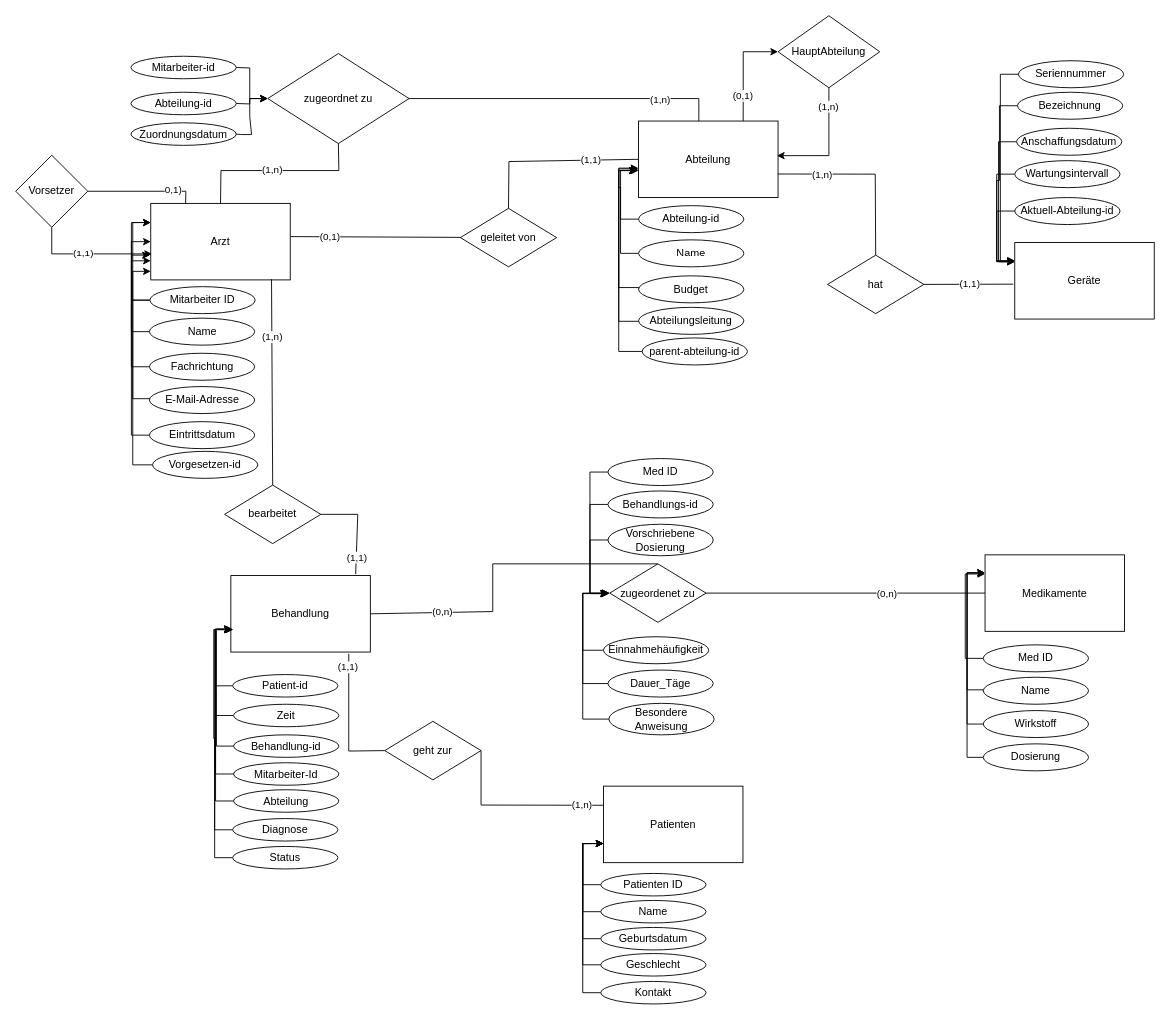
Earlier version of the draw.io diagram aufgabe04/Aufgabe A.drawio (contraintuitiv/datenbanksysteme). Source tidied: cells renumbered, new cells numbered last; positions are measured from the earlier drawing's top-left corner, leaving out a move shared by most shapes. Both pictures are drawn from the tidied source at 90%, with x=0, y=0 at pixel (15, 15).
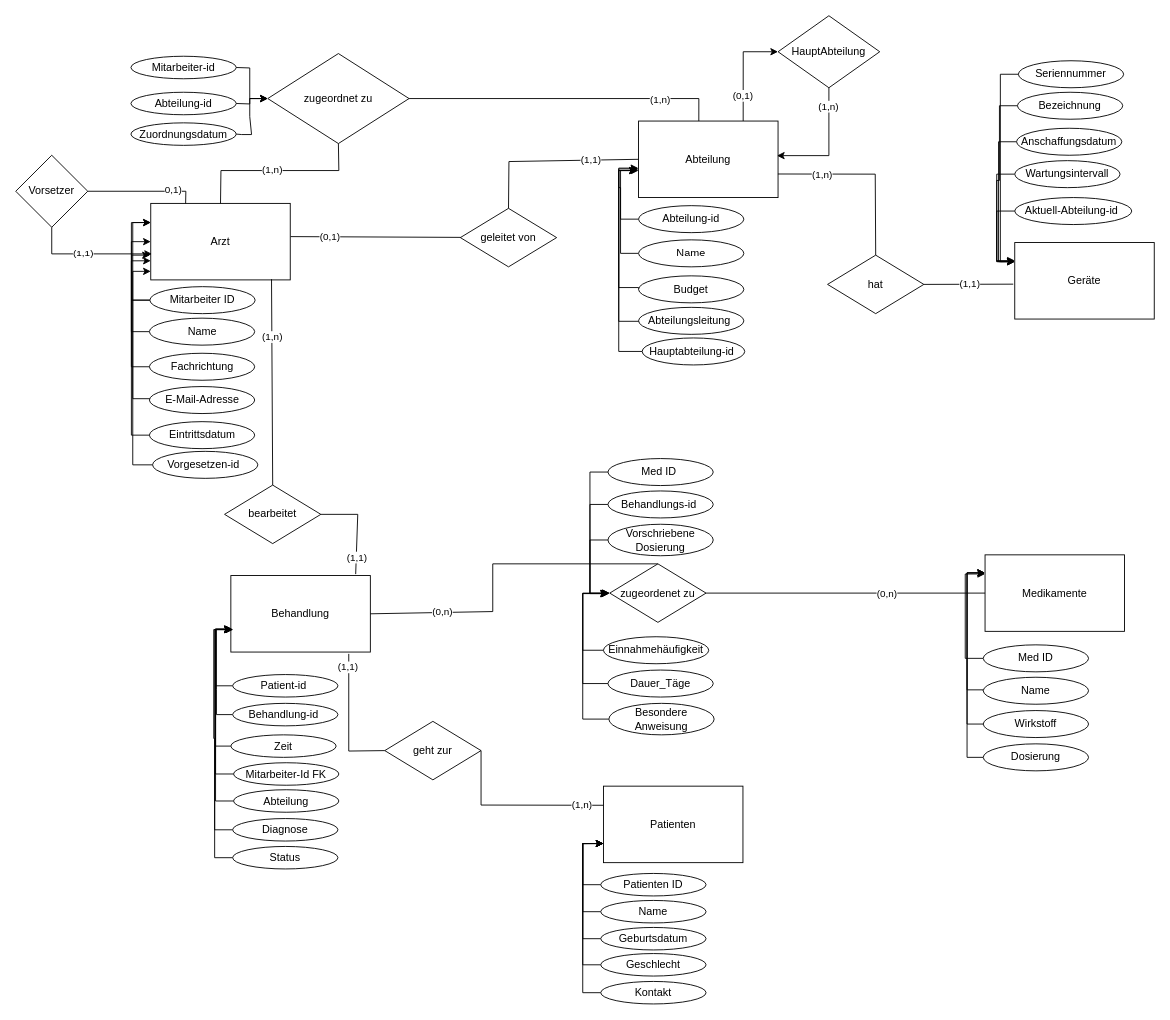
The same page after the edit.

What changed in the source:
```diff
@@
     <mxCell id="24" style="edgeStyle=orthogonalEdgeStyle;rounded=0;jettySize=auto;html=1;exitX=0;exitY=0.5;exitDx=0;exitDy=0;" parent="1" edge="1" source="25">
       <mxGeometry relative="1" as="geometry">
         <mxPoint x="240" y="682" as="targetPoint" />
         <Array as="points">
-          <mxPoint x="222" y="778" />
+          <mxPoint x="222" y="812" />
           <mxPoint x="222" y="682" />
         </Array>
       </mxGeometry>
     </mxCell>
     <mxCell id="25" value="Zeit" style="ellipse;whiteSpace=wrap;html=1;" parent="1" vertex="1">
-      <mxGeometry x="242" y="765" width="117" height="25" as="geometry" />
+      <mxGeometry x="239" y="799" width="117" height="25" as="geometry" />
     </mxCell>
@@
-    <mxCell id="38" value="Abteilungsleitung" style="ellipse;whiteSpace=wrap;html=1;" parent="1" vertex="1">
+    <mxCell id="38" value="Abteilungsleitung&amp;nbsp;" style="ellipse;whiteSpace=wrap;html=1;" parent="1" vertex="1">
       <mxGeometry x="692" y="324" width="117" height="30" as="geometry" />
     </mxCell>
@@
-    <mxCell id="61" value="Patient-id" style="ellipse;whiteSpace=wrap;html=1;" parent="1" vertex="1">
+    <mxCell id="61" value="Patient-id&amp;nbsp;" style="ellipse;whiteSpace=wrap;html=1;" parent="1" vertex="1">
       <mxGeometry x="241" y="732" width="117" height="25" as="geometry" />
     </mxCell>
@@
-    <mxCell id="63" value="Mitarbeiter-Id" style="ellipse;whiteSpace=wrap;html=1;" parent="1" vertex="1">
+    <mxCell id="63" value="Mitarbeiter-Id FK" style="ellipse;whiteSpace=wrap;html=1;" parent="1" vertex="1">
       <mxGeometry x="242" y="830" width="117" height="25" as="geometry" />
     </mxCell>
@@
-    <mxCell id="80" value="Med ID" style="ellipse;whiteSpace=wrap;html=1;" parent="1" vertex="1">
+    <mxCell id="80" value="Med ID&amp;nbsp;" style="ellipse;whiteSpace=wrap;html=1;" parent="1" vertex="1">
       <mxGeometry x="658" y="492" width="117" height="30" as="geometry" />
     </mxCell>
@@
-    <mxCell id="82" value="Behandlungs-id" style="ellipse;whiteSpace=wrap;html=1;" parent="1" vertex="1">
+    <mxCell id="82" value="Behandlungs-id&amp;nbsp;" style="ellipse;whiteSpace=wrap;html=1;" parent="1" vertex="1">
       <mxGeometry x="658" y="528" width="117" height="30" as="geometry" />
     </mxCell>
@@
-    <mxCell id="103" value="Behandlung-id" style="ellipse;whiteSpace=wrap;html=1;" parent="1" vertex="1">
-      <mxGeometry x="242" y="799" width="117" height="25" as="geometry" />
+    <mxCell id="103" value="Behandlung-id&amp;nbsp;" style="ellipse;whiteSpace=wrap;html=1;" parent="1" vertex="1">
+      <mxGeometry x="241" y="764" width="117" height="25" as="geometry" />
     </mxCell>
@@
-    <mxCell id="110" value="Aktuell-Abteilung-id" style="ellipse;whiteSpace=wrap;html=1;" parent="1" vertex="1">
-      <mxGeometry x="1110" y="202" width="117" height="30" as="geometry" />
+    <mxCell id="110" value="Aktuell-Abteilung-id&amp;nbsp;" style="ellipse;whiteSpace=wrap;html=1;" parent="1" vertex="1">
+      <mxGeometry x="1110" y="202" width="130" height="30" as="geometry" />
     </mxCell>
@@
-    <mxCell id="116" value="parent-abteilung-id" style="ellipse;whiteSpace=wrap;html=1;" parent="1" vertex="1">
-      <mxGeometry x="696" y="358" width="117" height="30" as="geometry" />
+    <mxCell id="116" value="Hauptabteilung-id&amp;nbsp;" style="ellipse;whiteSpace=wrap;html=1;" parent="1" vertex="1">
+      <mxGeometry x="696" y="358" width="114" height="30" as="geometry" />
     </mxCell>
@@
-    <mxCell id="124" value="Vorgesetzen-id" style="ellipse;whiteSpace=wrap;html=1;" parent="1" vertex="1">
+    <mxCell id="124" value="Vorgesetzen-id&amp;nbsp;" style="ellipse;whiteSpace=wrap;html=1;" parent="1" vertex="1">
       <mxGeometry x="152" y="484" width="117" height="30" as="geometry" />
     </mxCell>
```
